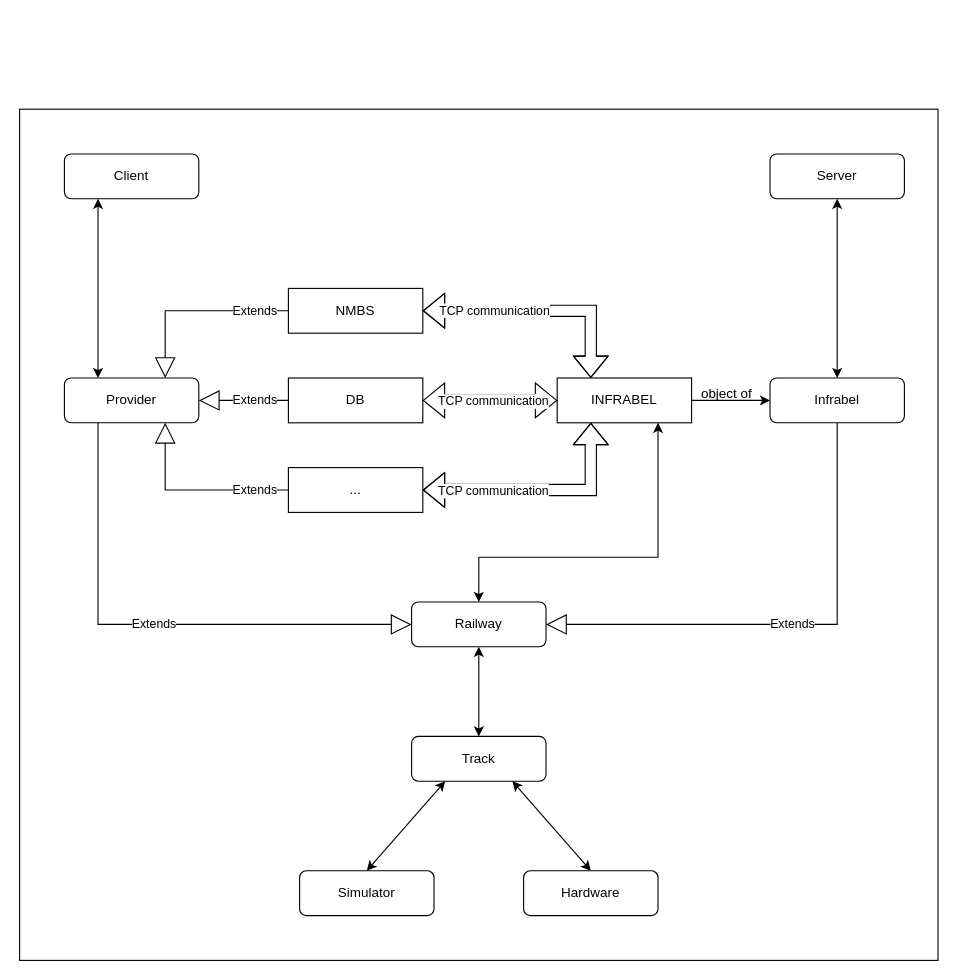
The draw.io diagram docs/specificatie voor ontwikkelaars/Afhankelijkheidsdiagrammen/global.drawio in Jonas-Bruell/besturingssysteem-modeltreinen, before the edit. Source tidied: cells renumbered, new cells numbered last; positions are measured from the earlier drawing's top-left corner, leaving out a move shared by most shapes. Both pictures are drawn from the tidied source at 112%, with x=0, y=0 at pixel (19, 109).
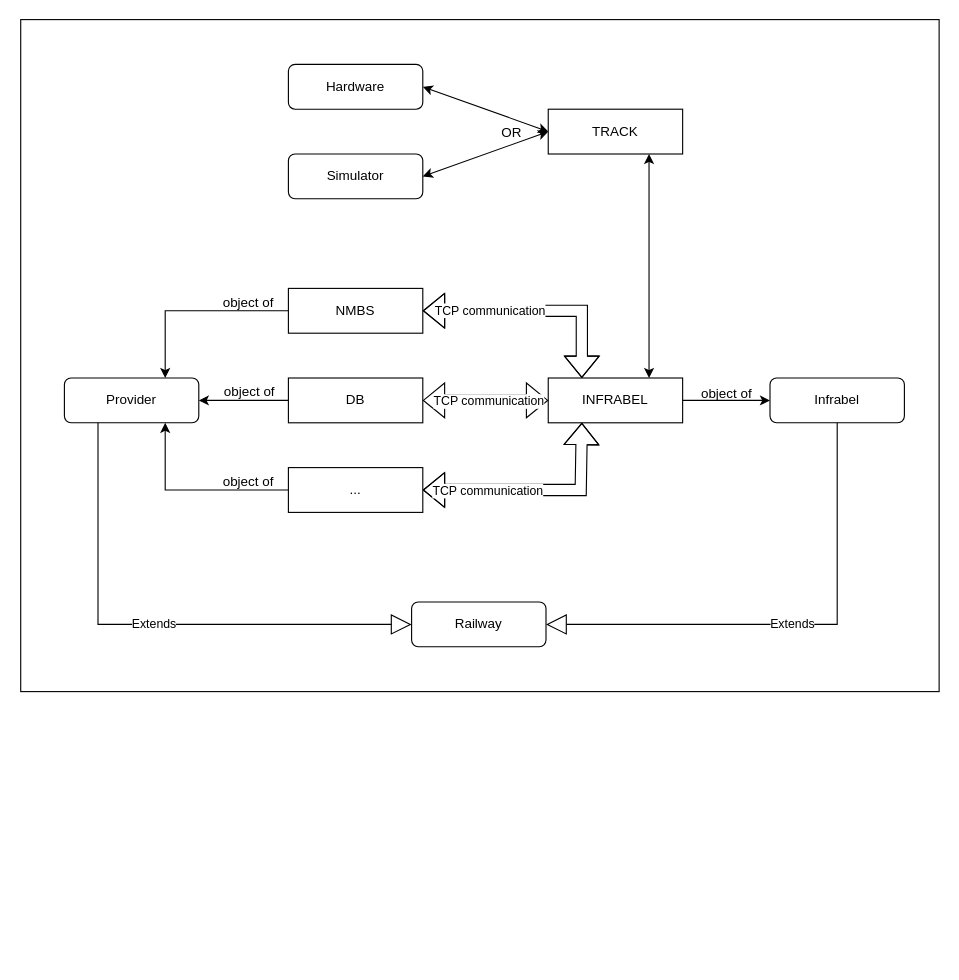
After the change.

Unchanged cells that the change refers to:
```xml
<mxCell id="6" value="Railway" style="rounded=1;whiteSpace=wrap;html=1;" parent="1" vertex="1">
  <mxGeometry x="350" y="440" width="120" height="40" as="geometry" />
</mxCell>
<mxCell id="7" value="Infrabel" style="rounded=1;whiteSpace=wrap;html=1;" parent="1" vertex="1">
  <mxGeometry x="670" y="240" width="120" height="40" as="geometry" />
</mxCell>
<mxCell id="8" value="Provider" style="rounded=1;whiteSpace=wrap;html=1;" parent="1" vertex="1">
  <mxGeometry x="40" y="240" width="120" height="40" as="geometry" />
</mxCell>
<mxCell id="9" value="..." style="rounded=1;whiteSpace=wrap;html=1;arcSize=0;" parent="1" vertex="1">
  <mxGeometry x="240" y="320" width="120" height="40" as="geometry" />
</mxCell>
<mxCell id="10" value="NMBS" style="rounded=1;whiteSpace=wrap;html=1;arcSize=0;" parent="1" vertex="1">
  <mxGeometry x="240" y="160" width="120" height="40" as="geometry" />
</mxCell>
<mxCell id="12" value="DB" style="rounded=1;whiteSpace=wrap;html=1;arcSize=0;" parent="1" vertex="1">
  <mxGeometry x="240" y="240" width="120" height="40" as="geometry" />
</mxCell>
```

What changed in the source:
```diff
@@
     <mxCell id="2" style="rounded=0;whiteSpace=wrap;html=1;" parent="1" vertex="1">
-      <mxGeometry width="820" height="760" as="geometry" />
+      <mxGeometry x="1" y="-80" width="820" height="600" as="geometry" />
     </mxCell>
     <mxCell id="3" value="Hardware" style="rounded=1;whiteSpace=wrap;html=1;" parent="1" vertex="1">
-      <mxGeometry x="450" y="680" width="120" height="40" as="geometry" />
+      <mxGeometry x="240" y="-40" width="120" height="40" as="geometry" />
     </mxCell>
     <mxCell id="4" value="Simulator" style="rounded=1;whiteSpace=wrap;html=1;" parent="1" vertex="1">
-      <mxGeometry x="250" y="680" width="120" height="40" as="geometry" />
+      <mxGeometry x="240" y="40" width="120" height="40" as="geometry" />
     </mxCell>
-    <mxCell id="5" value="Track" style="rounded=1;whiteSpace=wrap;html=1;" parent="1" vertex="1">
-      <mxGeometry x="350" y="560" width="120" height="40" as="geometry" />
+    <mxCell id="5" value="TRACK" style="rounded=0;whiteSpace=wrap;html=1;" parent="1" vertex="1">
+      <mxGeometry x="472" width="120" height="40" as="geometry" />
     </mxCell>
@@
+    <mxCell id="21" style="edgeStyle=orthogonalEdgeStyle;rounded=0;jettySize=auto;html=1;exitX=0;exitY=0.5;exitDx=0;exitDy=0;entryX=0.75;entryY=1;entryDx=0;entryDy=0;" parent="1" edge="1" source="9" target="8">
+      <mxGeometry relative="1" as="geometry" />
+    </mxCell>
@@
+    <mxCell id="19" style="edgeStyle=orthogonalEdgeStyle;rounded=0;jettySize=auto;html=1;exitX=0;exitY=0.5;exitDx=0;exitDy=0;entryX=0.75;entryY=0;entryDx=0;entryDy=0;" parent="1" edge="1" source="10" target="8">
+      <mxGeometry relative="1" as="geometry" />
+    </mxCell>
@@
     <mxCell id="11" value="INFRABEL" style="rounded=1;whiteSpace=wrap;html=1;arcSize=0;" parent="1" vertex="1">
-      <mxGeometry x="480" y="240" width="120" height="40" as="geometry" />
+      <mxGeometry x="472" y="240" width="120" height="40" as="geometry" />
     </mxCell>
+    <mxCell id="20" style="edgeStyle=orthogonalEdgeStyle;rounded=0;jettySize=auto;html=1;exitX=0;exitY=0.5;exitDx=0;exitDy=0;" parent="1" edge="1" source="12" target="8">
+      <mxGeometry relative="1" as="geometry" />
+    </mxCell>
@@
     <mxCell id="15" style="shape=flexArrow;endArrow=classic;startArrow=classic;html=1;rounded=0;exitX=1;exitY=0.5;exitDx=0;exitDy=0;entryX=0.25;entryY=1;entryDx=0;entryDy=0;" parent="1" edge="1" source="9" target="11">
       <mxGeometry relative="1" as="geometry">
         <Array as="points">
-          <mxPoint x="510" y="340" />
+          <mxPoint x="501" y="340" />
         </Array>
       </mxGeometry>
     </mxCell>
@@
     <mxCell id="17" style="shape=flexArrow;endArrow=classic;startArrow=classic;html=1;rounded=0;entryX=0.25;entryY=0;entryDx=0;entryDy=0;exitX=1;exitY=0.5;exitDx=0;exitDy=0;" parent="1" edge="1" source="10" target="11">
       <mxGeometry relative="1" as="geometry">
         <Array as="points">
-          <mxPoint x="510" y="180" />
+          <mxPoint x="502" y="180" />
         </Array>
       </mxGeometry>
     </mxCell>
@@
-    <mxCell id="19" value="Extends" style="endArrow=block;endSize=16;endFill=0;html=1;rounded=0;exitX=0;exitY=0.5;exitDx=0;exitDy=0;entryX=0.75;entryY=0;entryDx=0;entryDy=0;" parent="1" edge="1" source="10" target="8">
-      <mxGeometry x="-0.65" relative="1" as="geometry">
-        <Array as="points">
-          <mxPoint x="130" y="180" />
-        </Array>
-      </mxGeometry>
-    </mxCell>
-    <mxCell id="20" value="Extends" style="endArrow=block;endSize=16;endFill=0;html=1;rounded=0;exitX=0;exitY=0.5;exitDx=0;exitDy=0;entryX=1;entryY=0.5;entryDx=0;entryDy=0;" parent="1" edge="1" source="12" target="8">
-      <mxGeometry x="-0.25" relative="1" as="geometry" />
-    </mxCell>
-    <mxCell id="21" value="Extends" style="endArrow=block;endSize=16;endFill=0;html=1;rounded=0;exitX=0;exitY=0.5;exitDx=0;exitDy=0;entryX=0.75;entryY=1;entryDx=0;entryDy=0;" parent="1" edge="1" source="9" target="8">
-      <mxGeometry x="-0.65" relative="1" as="geometry">
-        <Array as="points">
-          <mxPoint x="130" y="340" />
-        </Array>
-      </mxGeometry>
-    </mxCell>
@@
-    <mxCell id="26" style="endArrow=classic;startArrow=classic;html=1;rounded=0;entryX=0.25;entryY=1;entryDx=0;entryDy=0;exitX=0.5;exitY=0;exitDx=0;exitDy=0;" parent="1" edge="1" source="4" target="5">
+    <mxCell id="26" style="endArrow=classic;startArrow=classic;html=1;rounded=0;entryX=0;entryY=0.5;entryDx=0;entryDy=0;exitX=1;exitY=0.5;exitDx=0;exitDy=0;" parent="1" edge="1" source="4" target="5">
       <mxGeometry relative="1" as="geometry" />
     </mxCell>
-    <mxCell id="27" style="endArrow=classic;startArrow=classic;html=1;rounded=0;entryX=0.75;entryY=1;entryDx=0;entryDy=0;exitX=0.5;exitY=0;exitDx=0;exitDy=0;" parent="1" edge="1" source="3" target="5">
+    <mxCell id="27" style="endArrow=classic;startArrow=classic;html=1;rounded=0;entryX=0;entryY=0.5;entryDx=0;entryDy=0;exitX=1;exitY=0.5;exitDx=0;exitDy=0;" parent="1" edge="1" source="3" target="5">
       <mxGeometry relative="1" as="geometry" />
     </mxCell>
-    <mxCell id="28" style="endArrow=classic;startArrow=classic;html=1;rounded=0;entryX=0.5;entryY=1;entryDx=0;entryDy=0;exitX=0.5;exitY=0;exitDx=0;exitDy=0;" parent="1" edge="1" source="5" target="6">
+    <mxCell id="28" style="endArrow=classic;startArrow=classic;html=1;rounded=0;entryX=0.75;entryY=0;entryDx=0;entryDy=0;exitX=0.75;exitY=1;exitDx=0;exitDy=0;" parent="1" edge="1" source="5" target="11">
       <mxGeometry relative="1" as="geometry" />
     </mxCell>
-    <mxCell id="29" style="endArrow=classic;startArrow=classic;html=1;rounded=0;entryX=0.75;entryY=1;entryDx=0;entryDy=0;exitX=0.5;exitY=0;exitDx=0;exitDy=0;" parent="1" edge="1" source="6" target="11">
-      <mxGeometry relative="1" as="geometry">
-        <Array as="points">
-          <mxPoint x="410" y="400" />
-          <mxPoint x="570" y="400" />
-        </Array>
-      </mxGeometry>
-    </mxCell>
-    <mxCell id="30" value="Client" style="rounded=1;whiteSpace=wrap;html=1;" parent="1" vertex="1">
-      <mxGeometry x="40" y="40" width="120" height="40" as="geometry" />
-    </mxCell>
-    <mxCell id="31" value="Server" style="rounded=1;whiteSpace=wrap;html=1;" parent="1" vertex="1">
-      <mxGeometry x="670" y="40" width="120" height="40" as="geometry" />
-    </mxCell>
-    <mxCell id="32" style="endArrow=classic;startArrow=classic;html=1;rounded=0;entryX=0.25;entryY=1;entryDx=0;entryDy=0;exitX=0.25;exitY=0;exitDx=0;exitDy=0;" parent="1" edge="1" source="8" target="30">
-      <mxGeometry relative="1" as="geometry" />
-    </mxCell>
-    <mxCell id="33" style="endArrow=classic;startArrow=classic;html=1;rounded=0;entryX=0.5;entryY=1;entryDx=0;entryDy=0;exitX=0.5;exitY=0;exitDx=0;exitDy=0;" parent="1" edge="1" source="7" target="31">
-      <mxGeometry relative="1" as="geometry" />
-    </mxCell>
+    <mxCell id="34" value="object of" style="text;html=1;align=center;verticalAlign=middle;strokeColor=none;fillColor=none;" parent="1" vertex="1">
+      <mxGeometry x="169" y="158" width="70" height="30" as="geometry" />
+    </mxCell>
+    <mxCell id="35" value="object of" style="text;html=1;align=center;verticalAlign=middle;strokeColor=none;fillColor=none;" parent="1" vertex="1">
+      <mxGeometry x="170" y="238" width="70" height="30" as="geometry" />
+    </mxCell>
+    <mxCell id="36" value="object of" style="text;html=1;align=center;verticalAlign=middle;strokeColor=none;fillColor=none;" parent="1" vertex="1">
+      <mxGeometry x="169" y="318" width="70" height="30" as="geometry" />
+    </mxCell>
+    <mxCell id="37" value="OR" style="text;html=1;align=center;verticalAlign=middle;strokeColor=none;fillColor=none;" parent="1" vertex="1">
+      <mxGeometry x="419" y="6" width="40" height="30" as="geometry" />
+    </mxCell>
```
